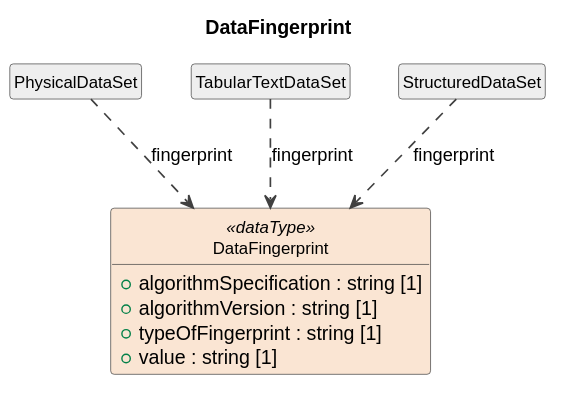
Cross-Domain-Interoperability-Framework/metadataBuildingBlocks keeps this PlantUML diagram as cdif-uml-model/_plantuml/cdifDataStructure/DataTypes/DataFingerprint.svg. Above is the earlier version. The source it was exported from:
```plantuml
@startuml
title DataFingerprint
hide circle
hide empty members
skinparam shadowing false
skinparam ArrowThickness 1.2
skinparam class {
  ArrowColor #404040
  BorderColor #404040
  FontSize 12
}

class "DataFingerprint" as DataFingerprint <<dataType>> #FAE5D3 {
  +algorithmSpecification : string [1]
  +algorithmVersion : string [1]
  +typeOfFingerprint : string [1]
  +value : string [1]
}
class "PhysicalDataSet" as PhysicalDataSet #EEEEEE
PhysicalDataSet ..> DataFingerprint : fingerprint
class "TabularTextDataSet" as TabularTextDataSet #EEEEEE
TabularTextDataSet ..> DataFingerprint : fingerprint
class "StructuredDataSet" as StructuredDataSet #EEEEEE
StructuredDataSet ..> DataFingerprint : fingerprint
@enduml
```
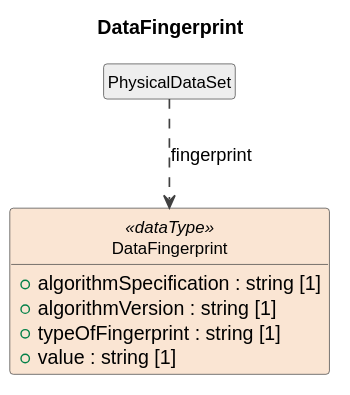
After the change.

Diff of the diagram source:
```diff
@@ -18,8 +18,4 @@
 }
 class "PhysicalDataSet" as PhysicalDataSet #EEEEEE
 PhysicalDataSet ..> DataFingerprint : fingerprint
-class "TabularTextDataSet" as TabularTextDataSet #EEEEEE
-TabularTextDataSet ..> DataFingerprint : fingerprint
-class "StructuredDataSet" as StructuredDataSet #EEEEEE
-StructuredDataSet ..> DataFingerprint : fingerprint
 @enduml
```
